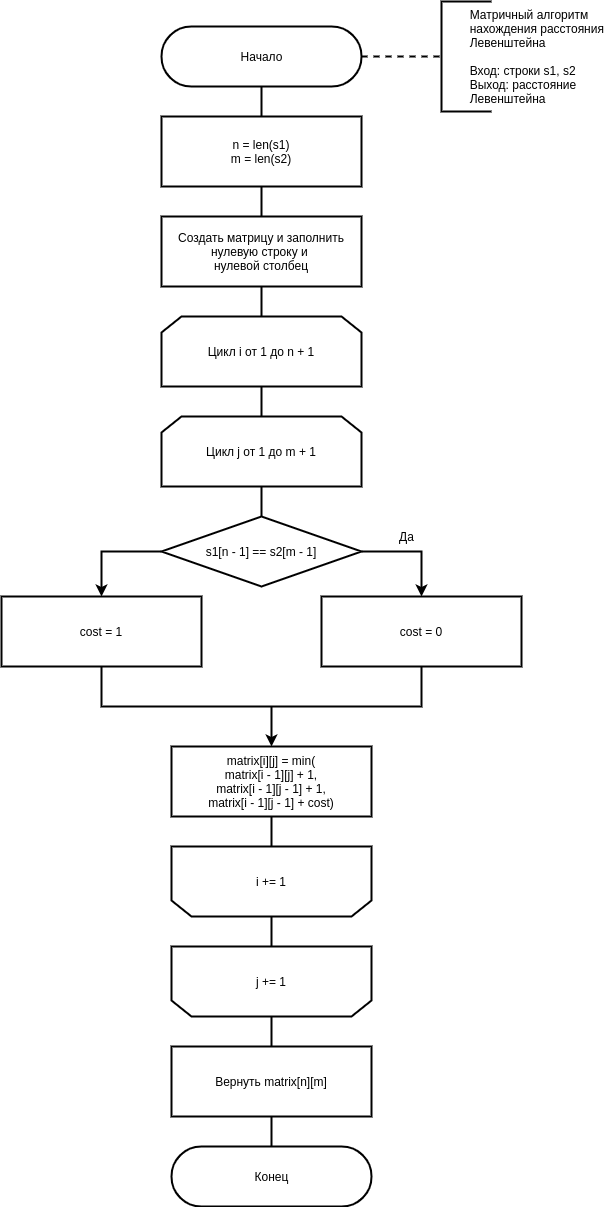
The draw.io diagram lab_01/doc/tex/img/matrix.png in hamzreg/bmstu-aa, before a commit. Source tidied: cells renumbered, new cells last; positions are measured from the earlier drawing's top-left corner, leaving out a move shared by most shapes.
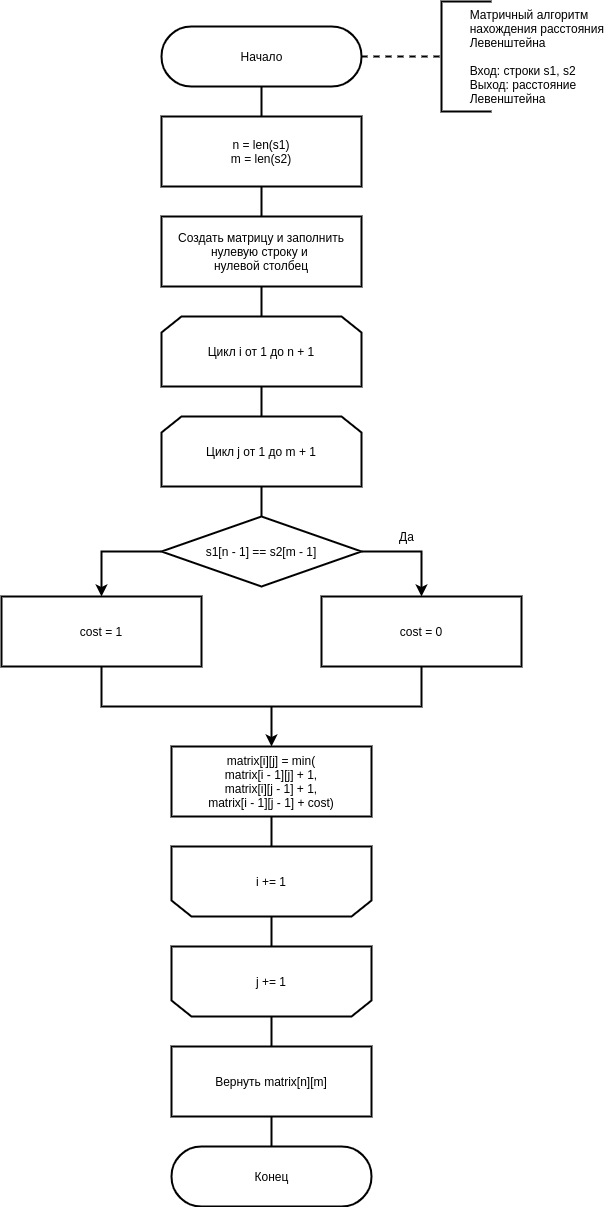
After the change.

The edit, as a diff of the source:
```diff
@@ -42,7 +42,7 @@
     <mxCell id="11" style="edgeStyle=orthogonalEdgeStyle;rounded=0;jettySize=auto;html=1;exitX=0.5;exitY=1;exitDx=0;exitDy=0;entryX=0.5;entryY=1;entryDx=0;entryDy=0;endArrow=none;endFill=0;strokeWidth=2;" parent="1" edge="1" source="12" target="27">
       <mxGeometry relative="1" as="geometry" />
     </mxCell>
-    <mxCell id="12" value="&lt;font style=&quot;font-size: 12px&quot;&gt;matrix[i][j] = min(&lt;br&gt;matrix[i - 1][j] + 1,&lt;br&gt;matrix[i - 1][j - 1]&amp;nbsp;+ 1,&lt;br&gt;matrix[i - 1][j - 1]&amp;nbsp;+ cost)&lt;br&gt;&lt;/font&gt;" style="rounded=0;whiteSpace=wrap;html=1;strokeWidth=2;" parent="1" vertex="1">
+    <mxCell id="12" value="&lt;font style=&quot;font-size: 12px&quot;&gt;matrix[i][j] = min(&lt;br&gt;matrix[i - 1][j] + 1,&lt;br&gt;matrix[i][j - 1]&amp;nbsp;+ 1,&lt;br&gt;matrix[i - 1][j - 1]&amp;nbsp;+ cost)&lt;br&gt;&lt;/font&gt;" style="rounded=0;whiteSpace=wrap;html=1;strokeWidth=2;" parent="1" vertex="1">
       <mxGeometry x="170" y="745" width="200" height="70" as="geometry" />
     </mxCell>
     <mxCell id="13" value="&lt;font&gt;&lt;font style=&quot;font-size: 12px&quot;&gt;cost = 0&lt;/font&gt;&lt;br&gt;&lt;/font&gt;" style="rounded=0;whiteSpace=wrap;html=1;strokeWidth=2;" parent="1" vertex="1">
```
